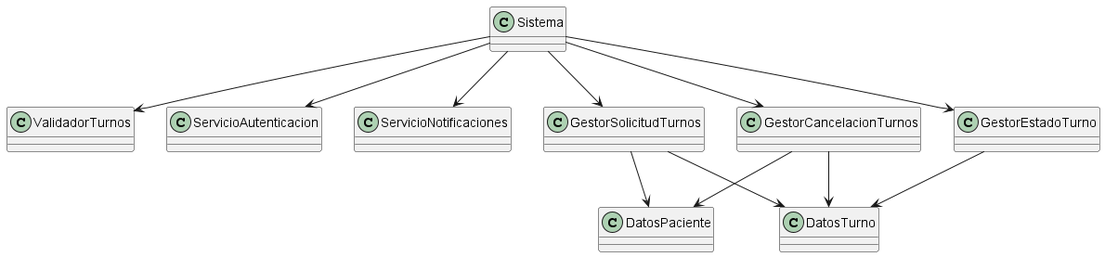
Earlier version of the PlantUML export diagramas/01-diagrama-clases/01-solid-01-srp.png (FacundoGuiraldes/SistemaTurnosMedicos).
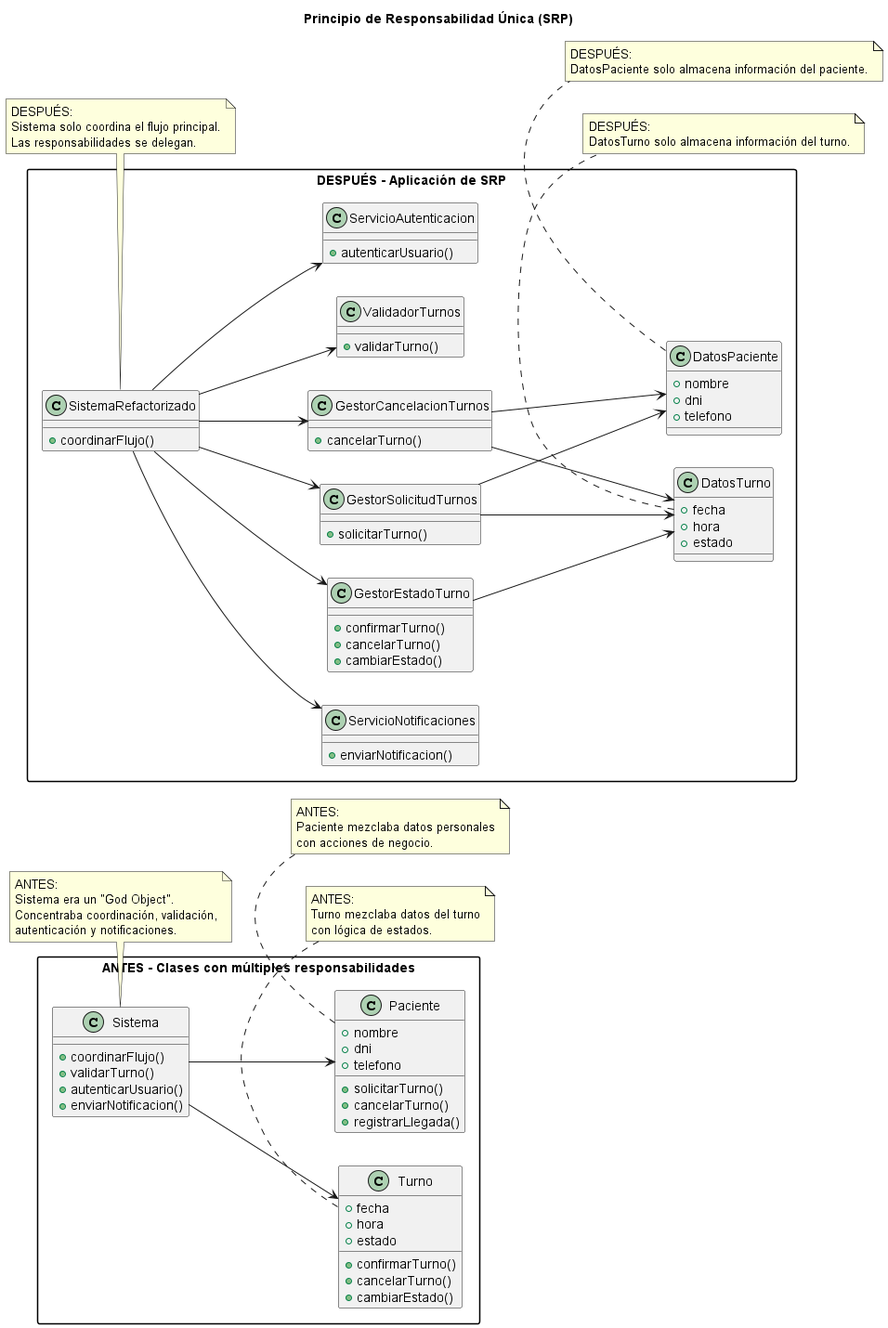
Above is the later version.

Diff of the diagram source:
```diff
@@ -1,30 +1,131 @@
 @startuml
+title Principio de Responsabilidad Única (SRP)
 
-class Sistema
-class ValidadorTurnos
-class ServicioAutenticacion
-class ServicioNotificaciones
+left to right direction
+skinparam packageStyle rectangle
 
-class DatosPaciente
-class GestorSolicitudTurnos
-class GestorCancelacionTurnos
+package "ANTES - Clases con múltiples responsabilidades" {
 
-class DatosTurno
-class GestorEstadoTurno
+    class Sistema {
+        +coordinarFlujo()
+        +validarTurno()
+        +autenticarUsuario()
+        +enviarNotificacion()
+    }
 
-Sistema --> ValidadorTurnos
-Sistema --> ServicioAutenticacion
-Sistema --> ServicioNotificaciones
-Sistema --> GestorSolicitudTurnos
-Sistema --> GestorCancelacionTurnos
-Sistema --> GestorEstadoTurno
+    class Turno {
+        +fecha
+        +hora
+        +estado
+        +confirmarTurno()
+        +cancelarTurno()
+        +cambiarEstado()
+    }
 
-GestorSolicitudTurnos --> DatosPaciente
-GestorSolicitudTurnos --> DatosTurno
+    class Paciente {
+        +nombre
+        +dni
+        +telefono
+        +solicitarTurno()
+        +cancelarTurno()
+        +registrarLlegada()
+    }
 
-GestorCancelacionTurnos --> DatosPaciente
-GestorCancelacionTurnos --> DatosTurno
+    Sistema --> Turno
+    Sistema --> Paciente
+}
 
-GestorEstadoTurno --> DatosTurno
+package "DESPUÉS - Aplicación de SRP" {
+
+    class SistemaRefactorizado {
+        +coordinarFlujo()
+    }
+
+    class ValidadorTurnos {
+        +validarTurno()
+    }
+
+    class ServicioAutenticacion {
+        +autenticarUsuario()
+    }
+
+    class ServicioNotificaciones {
+        +enviarNotificacion()
+    }
+
+    class DatosTurno {
+        +fecha
+        +hora
+        +estado
+    }
+
+    class GestorEstadoTurno {
+        +confirmarTurno()
+        +cancelarTurno()
+        +cambiarEstado()
+    }
+
+    class DatosPaciente {
+        +nombre
+        +dni
+        +telefono
+    }
+
+    class GestorSolicitudTurnos {
+        +solicitarTurno()
+    }
+
+    class GestorCancelacionTurnos {
+        +cancelarTurno()
+    }
+
+    SistemaRefactorizado --> ValidadorTurnos
+    SistemaRefactorizado --> ServicioAutenticacion
+    SistemaRefactorizado --> ServicioNotificaciones
+    SistemaRefactorizado --> GestorSolicitudTurnos
+    SistemaRefactorizado --> GestorCancelacionTurnos
+    SistemaRefactorizado --> GestorEstadoTurno
+
+    GestorEstadoTurno --> DatosTurno
+    GestorSolicitudTurnos --> DatosPaciente
+    GestorSolicitudTurnos --> DatosTurno
+    GestorCancelacionTurnos --> DatosPaciente
+    GestorCancelacionTurnos --> DatosTurno
+}
+
+note bottom of Sistema
+ANTES:
+Sistema era un "God Object".
+Concentraba coordinación, validación,
+autenticación y notificaciones.
+end note
+
+note bottom of Turno
+ANTES:
+Turno mezclaba datos del turno
+con lógica de estados.
+end note
+
+note bottom of Paciente
+ANTES:
+Paciente mezclaba datos personales
+con acciones de negocio.
+end note
+
+note bottom of SistemaRefactorizado
+DESPUÉS:
+Sistema solo coordina el flujo principal.
+Las responsabilidades se delegan.
+end note
+
+note bottom of DatosTurno
+DESPUÉS:
+DatosTurno solo almacena información del turno.
+end note
+
+note bottom of DatosPaciente
+DESPUÉS:
+DatosPaciente solo almacena información del paciente.
+end note
 
 @enduml
```
